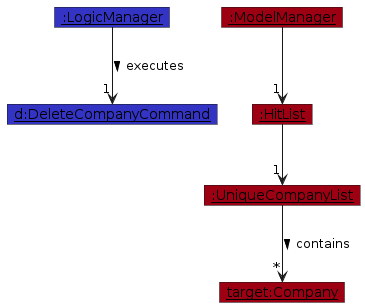
Earlier version of the PlantUML export diagrams/delete-company/CompanyDeleteExecution.png (AY2526S2-CS2103T-W11-2/tp). Its source is kept beside it as diagrams/delete-company/CompanyDeleteExecution.puml.
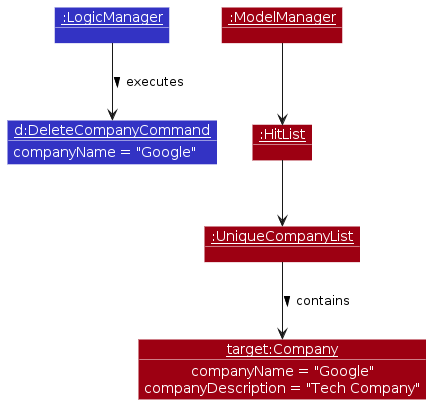
After the change.

The edit, as a diff of the source:
```diff
@@ -2,7 +2,13 @@
 !include ../style.puml
 skinparam ArrowFontStyle plain
 
+skinparam shadowing false
+skinparam ObjectFontColor #FFFFFF
+skinparam ObjectAttributeFontColor #FFFFFF
+skinparam ObjectBorderColor #FFFFFF
+
 show objects
+show members
 
 object "<u>:LogicManager</u>" as LogicManager LOGIC_COLOR
 object "<u>d:DeleteCompanyCommand</u>" as DeleteCompanyCommand LOGIC_COLOR
@@ -11,12 +17,12 @@
 object "<u>:UniqueCompanyList</u>" as UniqueCompanyList MODEL_COLOR
 object "<u>target:Company</u>" as Company MODEL_COLOR
 
-LogicManager --> "1" DeleteCompanyCommand : executes >
-ModelManager --> "1" HitList
-HitList --> "1" UniqueCompanyList
-UniqueCompanyList --> "*" Company : contains >
+LogicManager --> DeleteCompanyCommand : executes >
+ModelManager --> HitList
+HitList --> UniqueCompanyList
+UniqueCompanyList --> Company : contains >
 
-DeleteCompanyCommand : targetName = "Google"
-Company : name = "Google"
-Company : description = "Tech Company"
+DeleteCompanyCommand : companyName = "Google"
+Company : companyName = "Google"
+Company : companyDescription = "Tech Company"
 @enduml
```
